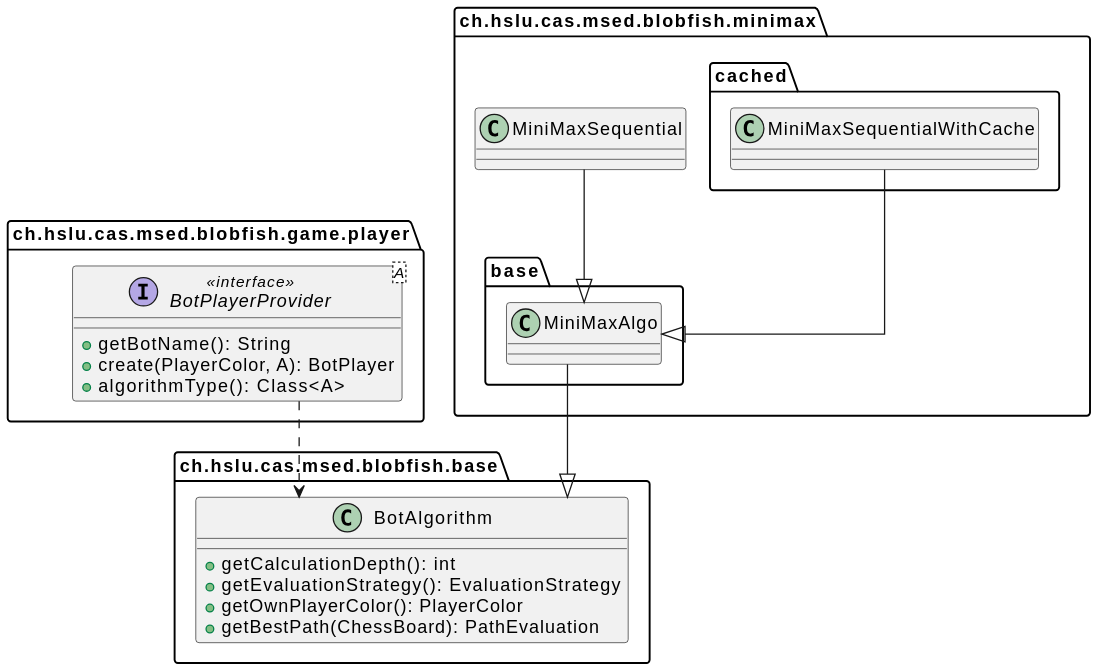
The PlantUML diagram docs/generated-diagrams/minimax-code.svg in l2c0r3/blobfish, before a commit.
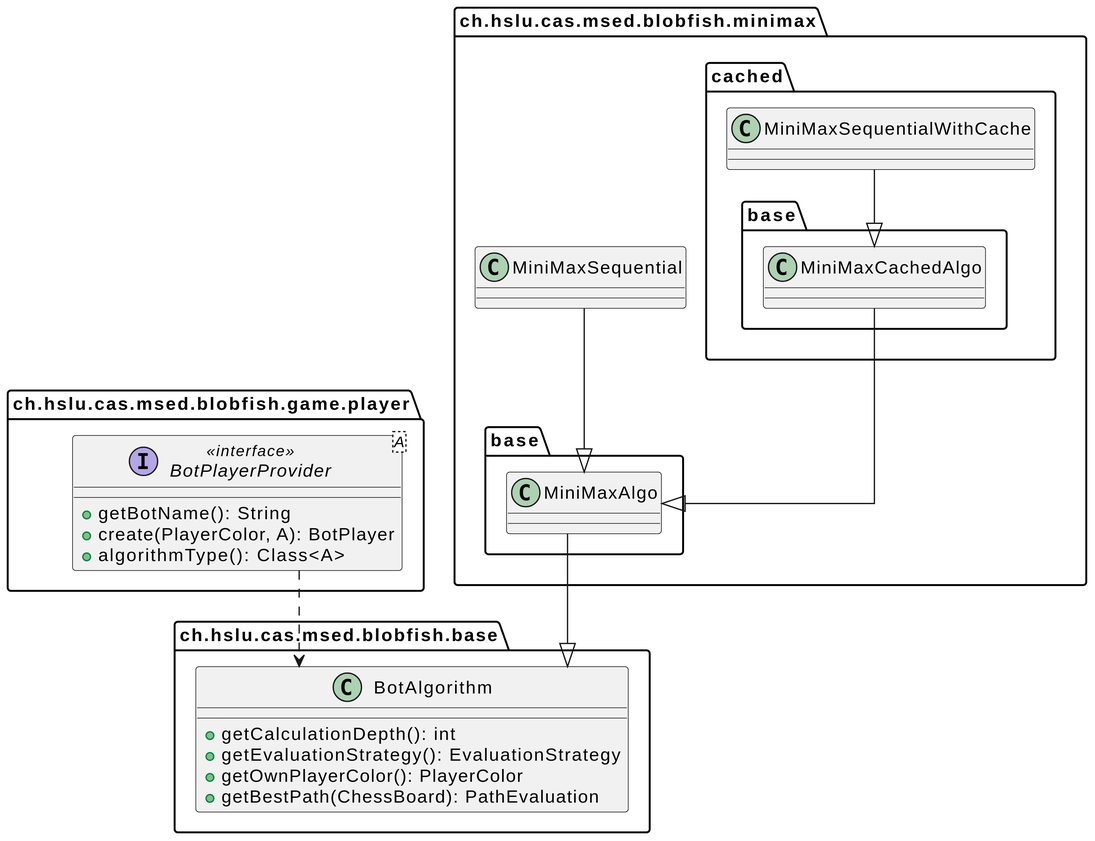
The same diagram one commit later.

Change to the diagram source:
```diff
@@ -1,4 +1,6 @@
 @startuml
+skinparam dpi 300
+
 top to bottom direction
 set namespaceSeparator none
 skinparam linetype ortho
@@ -26,6 +28,9 @@
     }
 
     package "cached" {
+        package "base" as cachedBased {
+            class MiniMaxCachedAlgo {}
+        }
         class MiniMaxSequentialWithCache {
         }
     }
@@ -36,5 +41,6 @@
 BotPlayerProvider                    -[dashed]->  BotAlgorithm
 MiniMaxAlgo                          -[plain]-^  BotAlgorithm
 MiniMaxSequential                    -[plain]-^  MiniMaxAlgo
-MiniMaxSequentialWithCache           -[plain]-^  MiniMaxAlgo
+MiniMaxCachedAlgo                    -[plain]-^  MiniMaxAlgo
+MiniMaxSequentialWithCache           -[plain]-^  MiniMaxCachedAlgo
 @enduml
```
